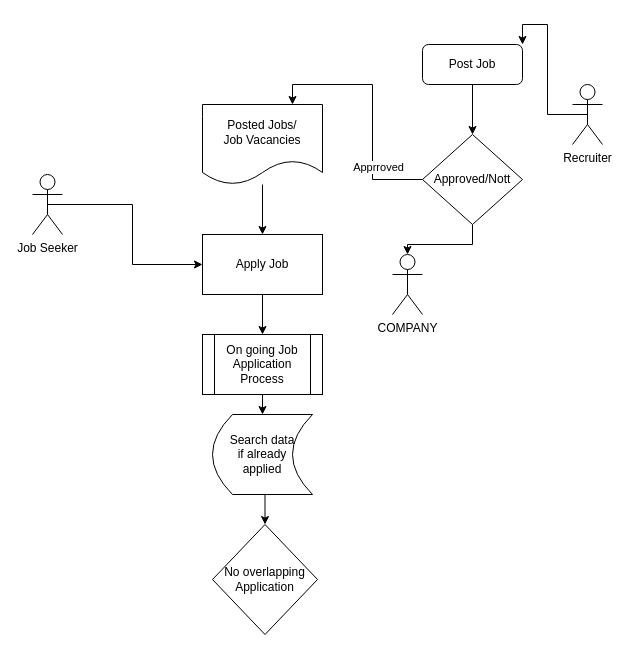
Above: Untitled Diagram.drawio in johnjumaritz/Conceptual_Framework-JFS (draw.io), before the change. Source tidied: cells renumbered, new cells numbered last; positions are measured from the earlier drawing's top-left corner, leaving out a move shared by most shapes. Both pictures are drawn from the tidied source at 100%, with x=0, y=0 at pixel (32, 44).
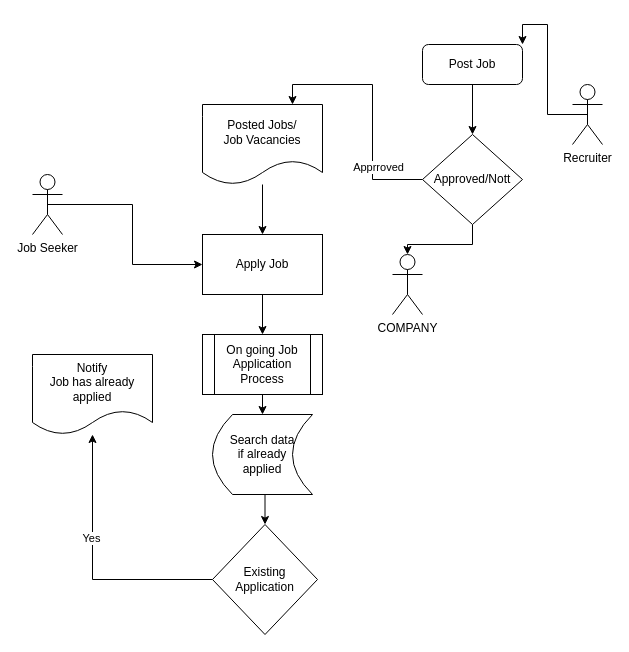
The same diagram, later.

What changed in the source:
```diff
@@
+    <mxCell id="22" style="edgeStyle=orthogonalEdgeStyle;rounded=0;jettySize=auto;html=1;exitX=0;exitY=0.5;exitDx=0;exitDy=0;" parent="1" edge="1" source="21" target="24">
+      <mxGeometry relative="1" as="geometry" />
+    </mxCell>
+    <mxCell id="23" value="Yes" style="edgeLabel;html=1;align=center;verticalAlign=middle;" parent="22" vertex="1">
+      <mxGeometry x="0.22" y="2" relative="1" as="geometry" />
+    </mxCell>
-    <mxCell id="21" value="No overlapping&lt;br&gt;Application" style="rhombus;whiteSpace=wrap;html=1;" parent="1" vertex="1">
+    <mxCell id="21" value="Existing Application" style="rhombus;whiteSpace=wrap;html=1;" parent="1" vertex="1">
       <mxGeometry x="180" y="480" width="105" height="110" as="geometry" />
     </mxCell>
+    <mxCell id="24" value="Notify&lt;br&gt;Job has already applied" style="shape=document;whiteSpace=wrap;html=1;boundedLbl=1;" parent="1" vertex="1">
+      <mxGeometry y="310" width="120" height="80" as="geometry" />
+    </mxCell>
```
